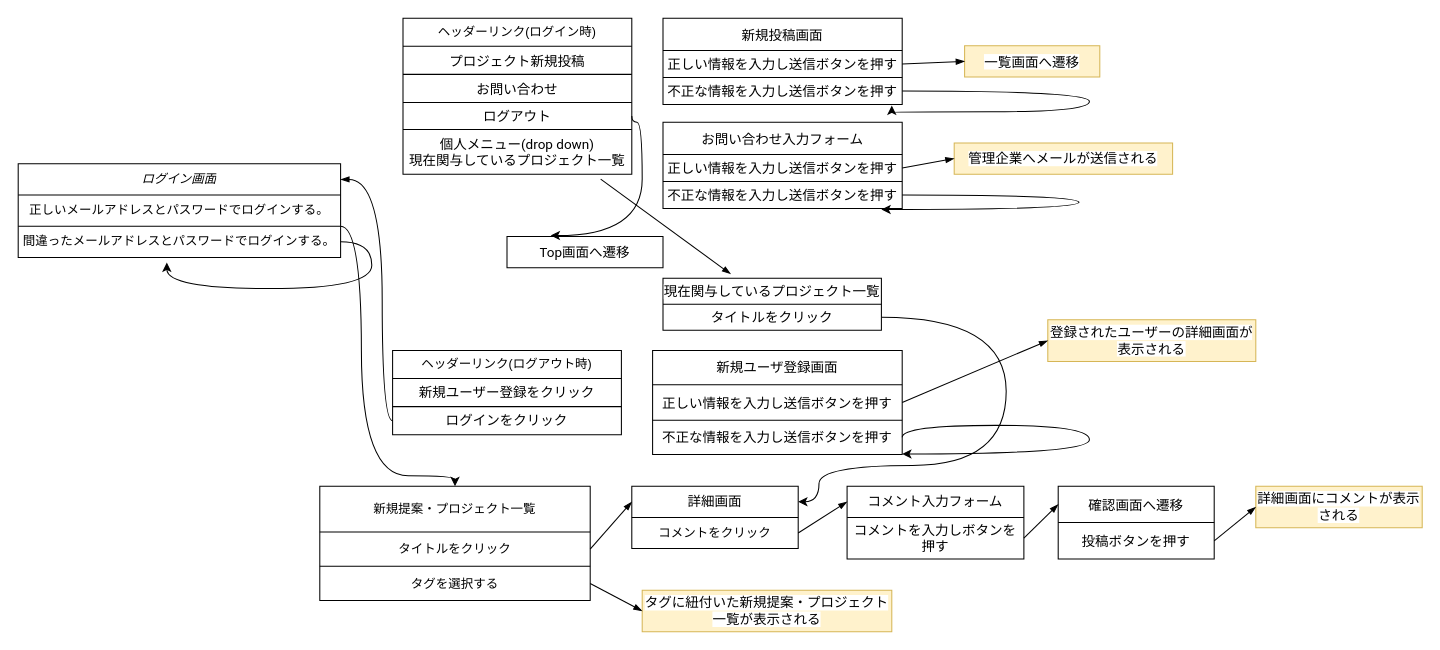
Above: page "画面遷移図" (1 of 2) of 名称未設定ファイル.drawio in Sec-il-n/dic_guraduate_parts (draw.io), before the change. Source tidied: cells renumbered, new cells numbered last; positions are measured from the earlier drawing's top-left corner, leaving out a move shared by most shapes. Both pictures are drawn from the tidied source at 104%, with x=0, y=0 at pixel (18, 18).
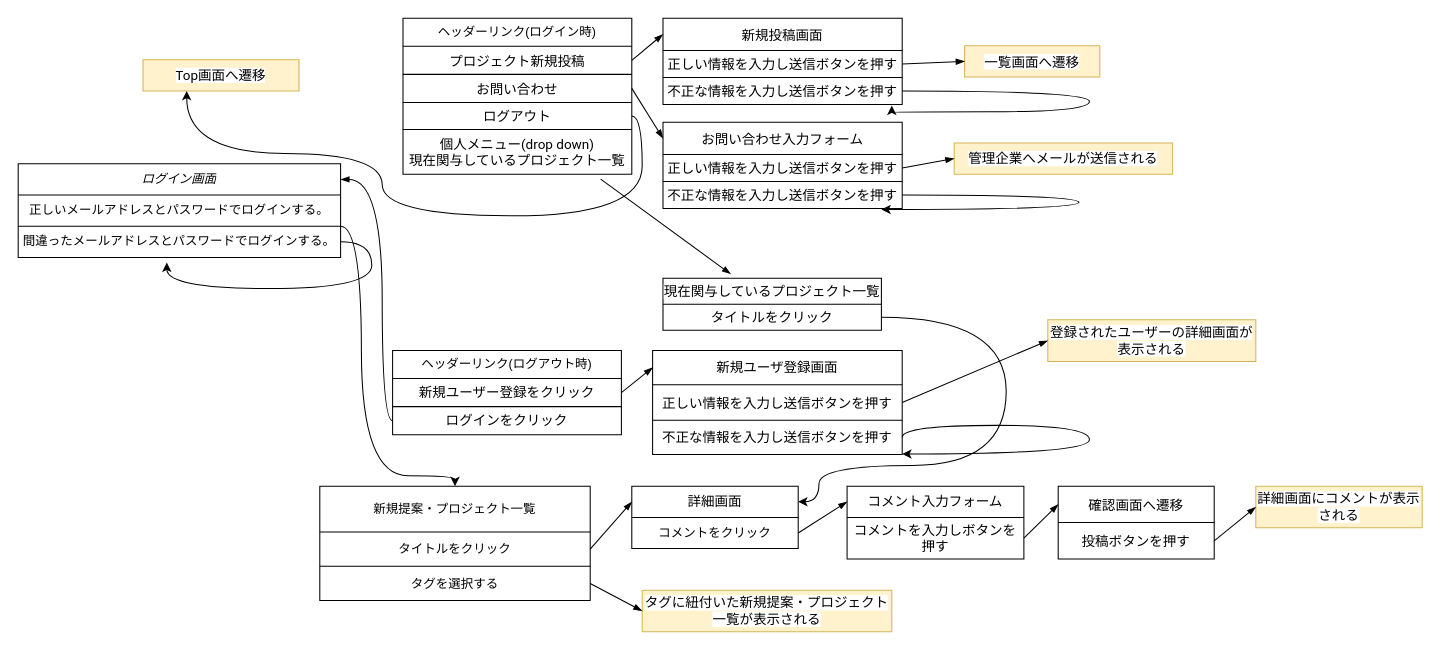
The same diagram, later.

Commit message (it also covers changes not shown here):
名称未設定ファイル.drawio を更新します

Unchanged cells that the change refers to:
```xml
<mxCell id="39" style="shape=partialRectangle;html=1;whiteSpace=wrap;fillColor=none;top=0;left=0;bottom=0;right=0;points=[[0,0.5],[1,0.5]];portConstraint=eastwest;" parent="36" vertex="1">
  <mxGeometry y="27" width="220" height="27" as="geometry" />
</mxCell>
<mxCell id="41" style="shape=partialRectangle;html=1;whiteSpace=wrap;fillColor=none;top=0;left=0;bottom=0;right=0;points=[[0,0.5],[1,0.5]];portConstraint=eastwest;" parent="36" vertex="1">
  <mxGeometry y="54" width="220" height="27" as="geometry" />
</mxCell>
<mxCell id="43" style="shape=partialRectangle;html=1;whiteSpace=wrap;fillColor=none;top=0;left=0;bottom=0;right=0;points=[[0,0.5],[1,0.5]];portConstraint=eastwest;" parent="36" vertex="1">
  <mxGeometry y="81" width="220" height="26" as="geometry" />
</mxCell>
<mxCell id="48" style="shape=partialRectangle;html=1;whiteSpace=wrap;fillColor=none;top=0;left=0;bottom=0;right=0;points=[[0,0.5],[1,0.5]];portConstraint=eastwest;" parent="47" vertex="1">
  <mxGeometry width="230" height="31" as="geometry" />
</mxCell>
<mxCell id="58" style="shape=partialRectangle;html=1;whiteSpace=wrap;fillColor=none;top=0;left=0;bottom=0;right=0;points=[[0,0.5],[1,0.5]];portConstraint=eastwest;" parent="57" vertex="1">
  <mxGeometry width="230" height="31" as="geometry" />
</mxCell>
<mxCell id="69" style="shape=partialRectangle;html=1;whiteSpace=wrap;fillColor=none;top=0;left=0;bottom=0;right=0;points=[[0,0.5],[1,0.5]];portConstraint=eastwest;" parent="68" vertex="1">
  <mxGeometry width="150" height="30" as="geometry" />
</mxCell>
<mxCell id="80" style="shape=partialRectangle;html=1;whiteSpace=wrap;fillColor=none;top=0;left=0;bottom=0;right=0;points=[[0,0.5],[1,0.5]];portConstraint=eastwest;" parent="77" vertex="1">
  <mxGeometry y="27" width="220" height="27" as="geometry" />
</mxCell>
<mxCell id="85" style="shape=partialRectangle;html=1;whiteSpace=wrap;fillColor=none;top=0;left=0;bottom=0;right=0;points=[[0,0.5],[1,0.5]];portConstraint=eastwest;" parent="84" vertex="1">
  <mxGeometry width="240" height="33" as="geometry" />
</mxCell>
```

The edit, as a diff of the source:
```diff
@@
-    <mxCell id="68" style="shape=table;html=1;whiteSpace=wrap;startSize=0;childLayout=tableLayout;" parent="1" vertex="1">
-      <mxGeometry x="470" y="210" width="150" height="30" as="geometry" />
+    <mxCell id="68" style="shape=table;html=1;whiteSpace=wrap;startSize=0;childLayout=tableLayout;fillColor=#fff2cc;strokeColor=#d6b656;" parent="1" vertex="1">
+      <mxGeometry x="120" y="40" width="150" height="30" as="geometry" />
     </mxCell>
@@
-    <mxCell id="108" style="edgeStyle=orthogonalEdgeStyle;jettySize=auto;html=1;curved=1;exitX=1;exitY=0.5;exitDx=0;exitDy=0;entryX=0.28;entryY=-0.033;entryDx=0;entryDy=0;entryPerimeter=0;" parent="1" edge="1" source="43" target="69">
+    <mxCell id="108" style="edgeStyle=orthogonalEdgeStyle;jettySize=auto;html=1;curved=1;exitX=1;exitY=0.5;exitDx=0;exitDy=0;" parent="1" edge="1" source="43">
       <mxGeometry relative="1" as="geometry">
+        <mxPoint x="162" y="70" as="targetPoint" />
         <Array as="points">
-          <mxPoint x="590" y="100" />
-          <mxPoint x="600" y="100" />
-          <mxPoint x="600" y="209" />
+          <mxPoint x="600" y="94" />
+          <mxPoint x="600" y="190" />
+          <mxPoint x="350" y="190" />
+          <mxPoint x="350" y="130" />
+          <mxPoint x="162" y="130" />
         </Array>
       </mxGeometry>
     </mxCell>
@@
+    <mxCell id="110" style="edgeStyle=none;jettySize=auto;html=1;exitX=0;exitY=0.5;exitDx=0;exitDy=0;entryX=1;entryY=0.5;entryDx=0;entryDy=0;startArrow=blockThin;startFill=1;endArrow=none;endFill=0;" parent="1" edge="1" source="58" target="41">
+      <mxGeometry relative="1" as="geometry" />
+    </mxCell>
+    <mxCell id="111" style="edgeStyle=none;jettySize=auto;html=1;exitX=0;exitY=0.5;exitDx=0;exitDy=0;entryX=1;entryY=0.5;entryDx=0;entryDy=0;startArrow=blockThin;startFill=1;endArrow=none;endFill=0;" parent="1" edge="1" source="48" target="39">
+      <mxGeometry relative="1" as="geometry" />
+    </mxCell>
+    <mxCell id="112" style="edgeStyle=none;jettySize=auto;html=1;exitX=0;exitY=0.5;exitDx=0;exitDy=0;entryX=1;entryY=0.5;entryDx=0;entryDy=0;startArrow=blockThin;startFill=1;endArrow=none;endFill=0;" parent="1" edge="1" source="85" target="80">
+      <mxGeometry relative="1" as="geometry" />
+    </mxCell>
```
